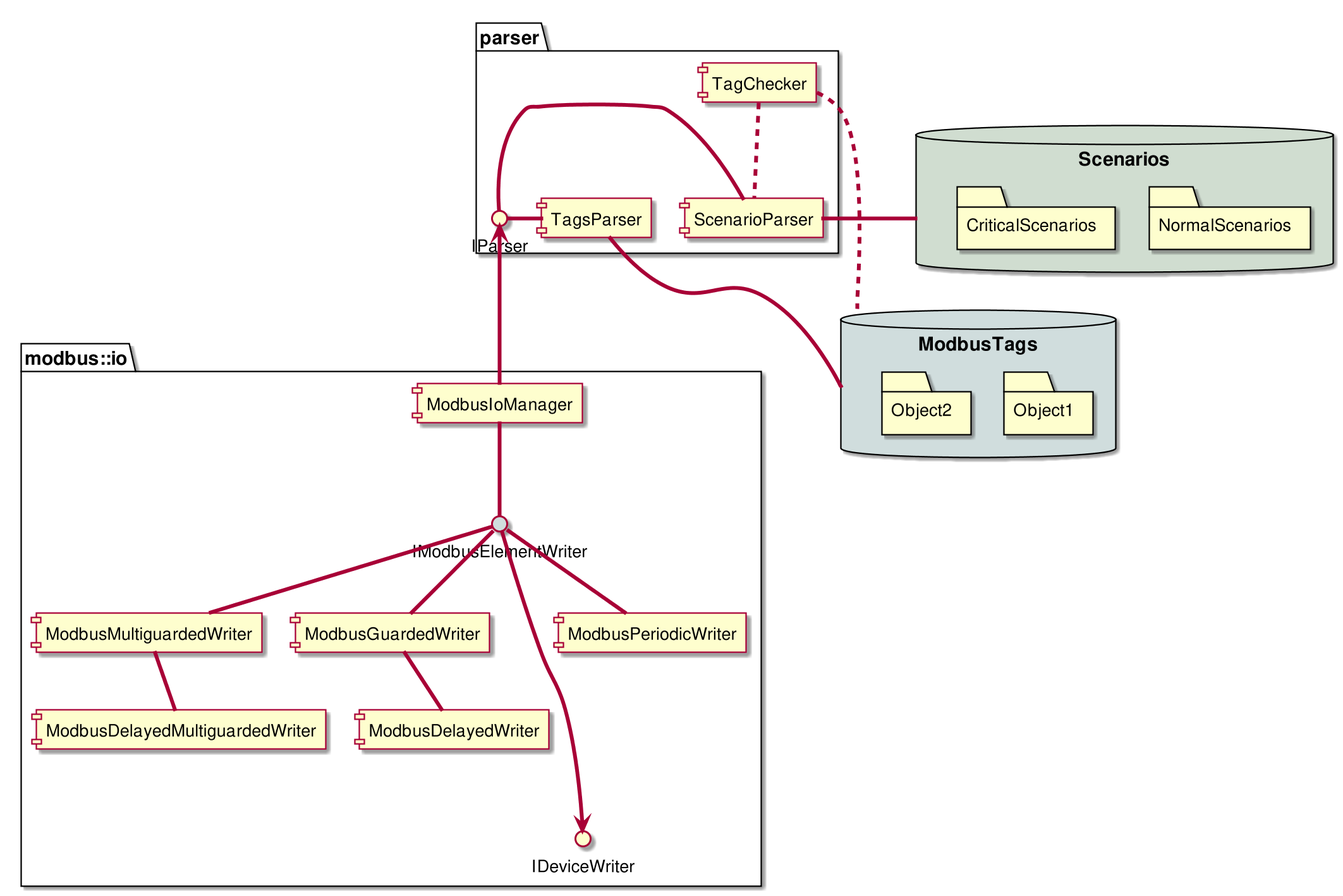
UlrichVonRekkenin/PhdLaTeX keeps this PlantUML diagram as Dissertation/images/modbus_class_components.png. Above is the earlier version.
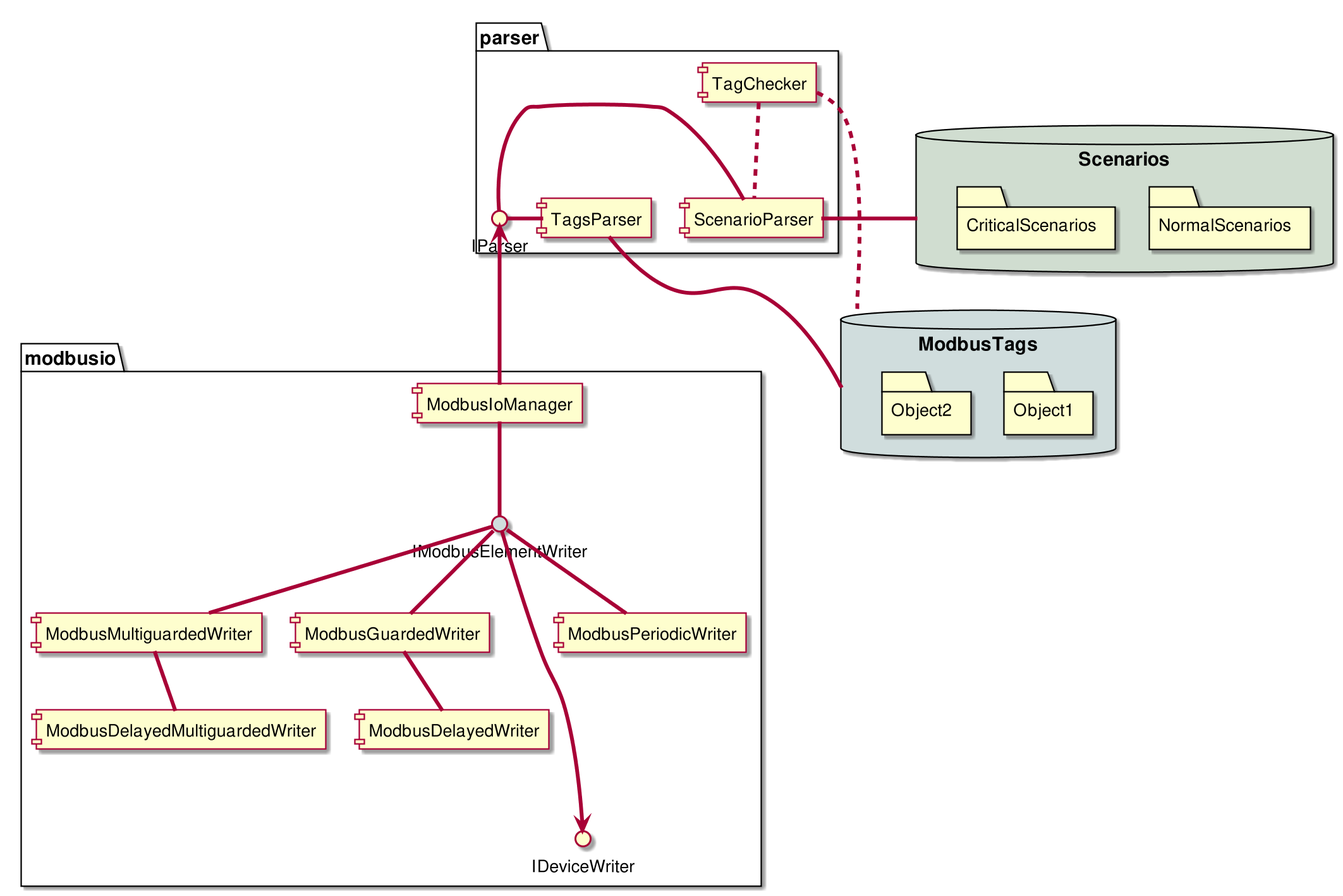
The same file after the commit.

Diff of the diagram source:
```diff
@@ -9,7 +9,7 @@
     ClassAttributeFontSize 25
 }
 
-package modbus::io {
+package modbusio {
     [ModbusIoManager] as manager
     () IModbusElementWriter as iwriter #D0DDDD
     manager -- iwriter
```
